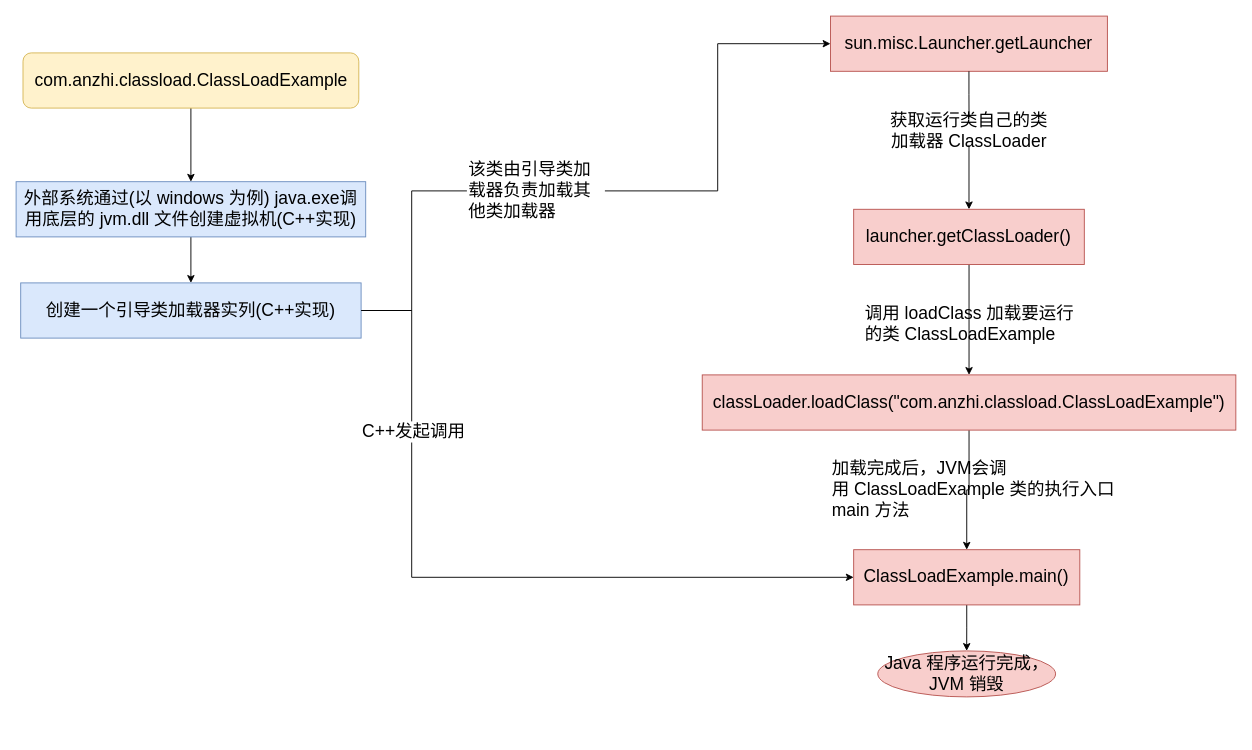
Earlier version of the draw.io diagram utilsdemo/src/main/resources/FlowDiagram/Java执行命令大体流程.drawio (an-1024/WorkUtil). Source tidied: cells renumbered, new cells numbered last; positions are measured from the earlier drawing's top-left corner, leaving out a move shared by most shapes. Both pictures are drawn from the tidied source at 92%, with x=0, y=0 at pixel (16, 16).
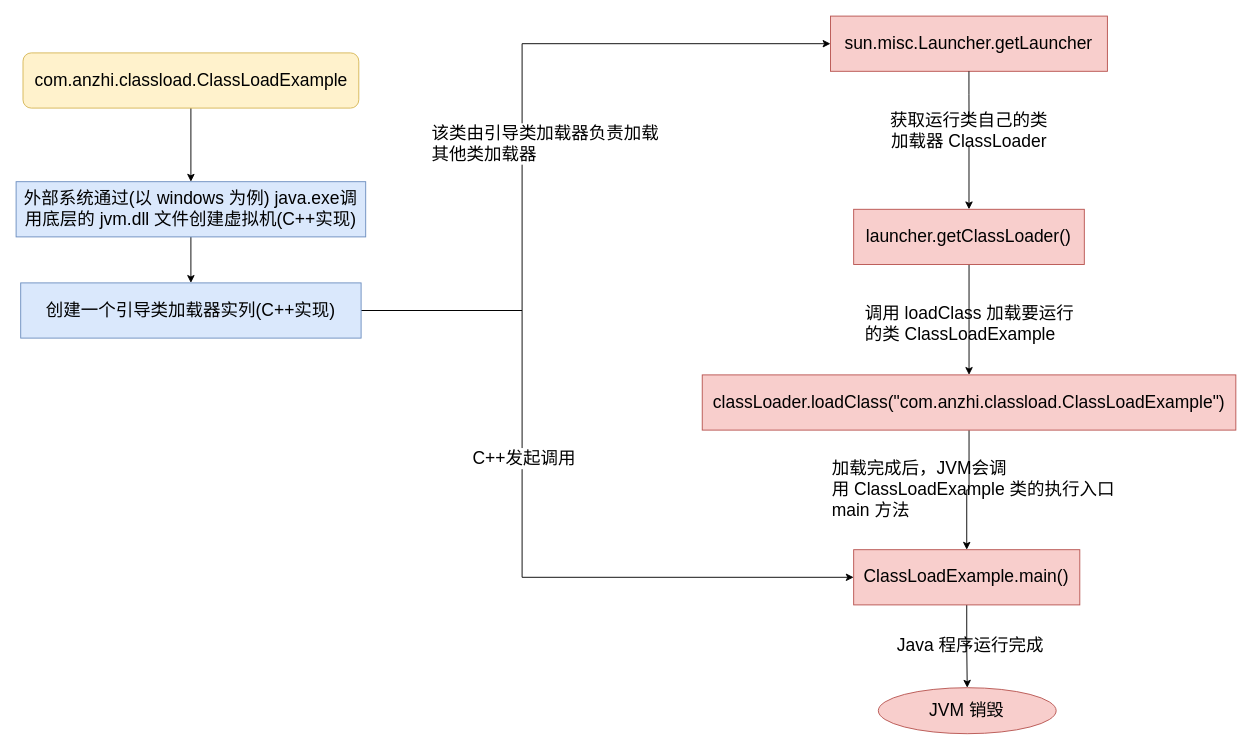
Above is the later version.

Commit message:
更新Java执行命令大体流程.drawio

Unchanged cells that the change refers to:
```xml
<mxCell id="9" value="创建一个引导类加载器实列(C++实现)" style="whiteSpace=wrap;html=1;fontSize=19;fillColor=#dae8fc;strokeColor=#6c8ebf;rounded=0;" parent="1" vertex="1">
  <mxGeometry x="5" y="290" width="370" height="60" as="geometry" />
</mxCell>
<mxCell id="11" value="sun.misc.Launcher.getLauncher" style="whiteSpace=wrap;html=1;fontSize=19;fillColor=#f8cecc;strokeColor=#b85450;rounded=0;" parent="1" vertex="1">
  <mxGeometry x="885.2" width="301" height="60" as="geometry" />
</mxCell>
<mxCell id="22" value="ClassLoadExample.main()" style="whiteSpace=wrap;html=1;fontSize=19;fillColor=#f8cecc;strokeColor=#b85450;rounded=0;" parent="1" vertex="1">
  <mxGeometry x="910.4" y="580" width="245.8" height="60" as="geometry" />
</mxCell>
```

Change to the diagram source:
```diff
@@
-    <mxCell id="6" style="edgeStyle=orthogonalEdgeStyle;rounded=0;jettySize=auto;html=1;fontSize=19;entryX=0;entryY=0.5;entryDx=0;entryDy=0;startArrow=none;" parent="1" edge="1" source="13" target="11">
-      <mxGeometry relative="1" as="geometry" />
+    <mxCell id="6" style="edgeStyle=orthogonalEdgeStyle;rounded=0;jettySize=auto;html=1;fontSize=19;entryX=0;entryY=0.5;entryDx=0;entryDy=0;startArrow=none;exitX=1;exitY=0.5;exitDx=0;exitDy=0;" parent="1" edge="1" source="9" target="11">
+      <mxGeometry relative="1" as="geometry">
+        <Array as="points">
+          <mxPoint x="550" y="320" />
+          <mxPoint x="550" y="30" />
+        </Array>
+      </mxGeometry>
     </mxCell>
+    <mxCell id="25" value="该类由引导类加载器负责加载&lt;br&gt;其他类加载器" style="edgeLabel;html=1;align=left;verticalAlign=middle;fontSize=19;" parent="6" vertex="1">
+      <mxGeometry x="-0.16" y="-3" relative="1" as="geometry">
+        <mxPoint x="-103" y="-21" as="offset" />
+      </mxGeometry>
+    </mxCell>
     <mxCell id="7" style="edgeStyle=orthogonalEdgeStyle;rounded=0;jettySize=auto;html=1;entryX=0;entryY=0.5;entryDx=0;entryDy=0;fontSize=19;startArrow=none;exitX=1;exitY=0.5;exitDx=0;exitDy=0;" parent="1" edge="1" source="9" target="22">
       <mxGeometry relative="1" as="geometry">
         <Array as="points">
-          <mxPoint x="430" y="320" />
-          <mxPoint x="430" y="610" />
+          <mxPoint x="550" y="320" />
+          <mxPoint x="550" y="610" />
         </Array>
       </mxGeometry>
     </mxCell>
     <mxCell id="8" value="C++发起调用" style="edgeLabel;html=1;align=center;verticalAlign=middle;fontSize=19;" parent="7" vertex="1">
-      <mxGeometry x="-0.55" y="1" relative="1" as="geometry" />
+      <mxGeometry x="-0.55" y="1" relative="1" as="geometry">
+        <mxPoint y="149" as="offset" />
+      </mxGeometry>
     </mxCell>
@@
-    <mxCell id="12" style="edgeStyle=orthogonalEdgeStyle;rounded=0;jettySize=auto;html=1;fontSize=19;entryX=0;entryY=0.5;entryDx=0;entryDy=0;endArrow=none;" parent="1" edge="1" source="9" target="13">
-      <mxGeometry relative="1" as="geometry">
-        <Array as="points">
-          <mxPoint x="430" y="320" />
-          <mxPoint x="430" y="190" />
-        </Array>
-      </mxGeometry>
-    </mxCell>
-    <mxCell id="13" value="该类由引导类加载器负责加载其他类加载器" style="text;html=1;strokeColor=none;fillColor=none;align=left;verticalAlign=middle;whiteSpace=wrap;rounded=0;fontSize=19;" parent="1" vertex="1">
-      <mxGeometry x="490" y="140" width="150" height="100" as="geometry" />
-    </mxCell>
@@
-    <mxCell id="23" value="Java 程序运行完成，JVM 销毁" style="ellipse;whiteSpace=wrap;html=1;fontSize=19;fillColor=#f8cecc;strokeColor=#b85450;rounded=0;" parent="1" vertex="1">
-      <mxGeometry x="936.6" y="690" width="193.3" height="50" as="geometry" />
+    <mxCell id="23" value="JVM 销毁" style="ellipse;whiteSpace=wrap;html=1;fontSize=19;fillColor=#f8cecc;strokeColor=#b85450;rounded=0;" parent="1" vertex="1">
+      <mxGeometry x="937.2" y="730" width="193.3" height="50" as="geometry" />
     </mxCell>
@@
+    <mxCell id="26" value="Java 程序运行完成" style="text;html=1;strokeColor=none;fillColor=none;align=center;verticalAlign=middle;whiteSpace=wrap;rounded=0;fontSize=19;" parent="1" vertex="1">
+      <mxGeometry x="943.5" y="670" width="187" height="30" as="geometry" />
+    </mxCell>
```
